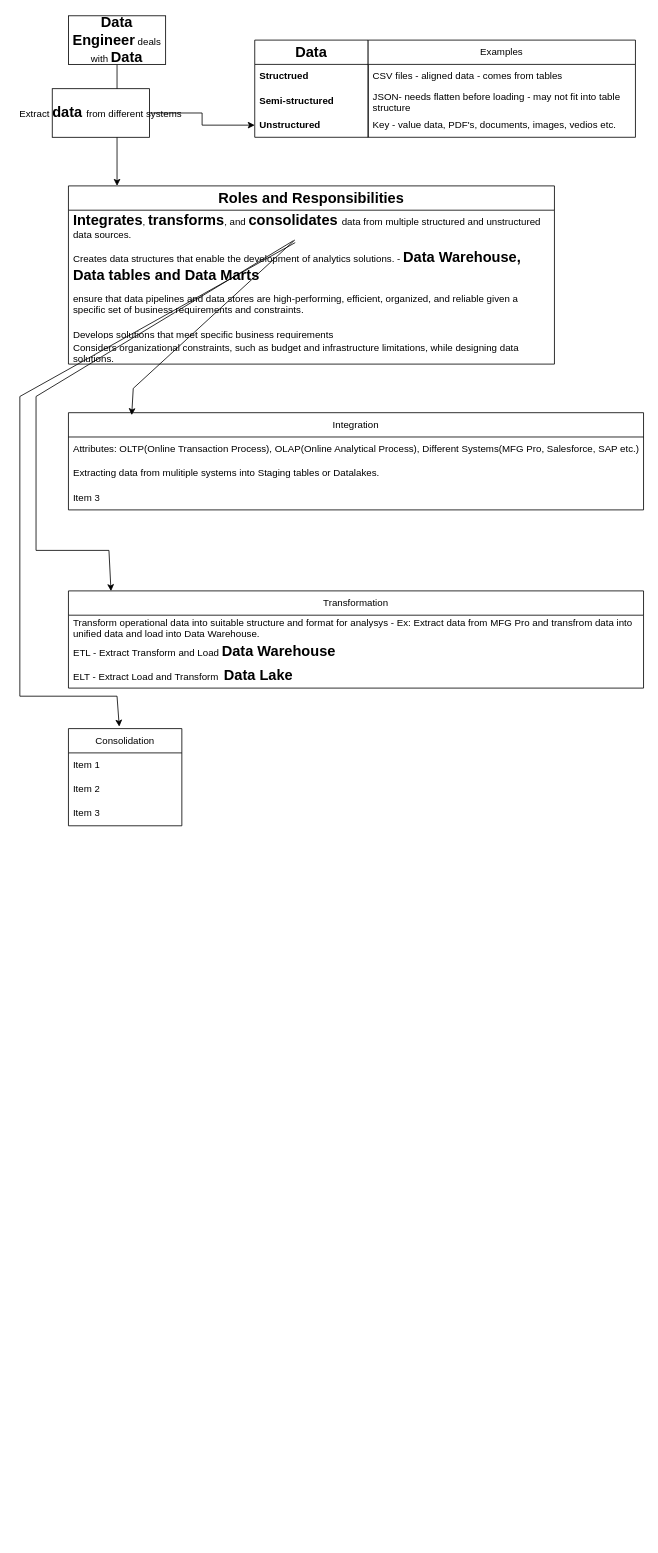
This is DP203Material.drawio from Sripolati/DP-203, a draw.io file, before an edit. Source tidied: cells renumbered, new cells numbered last; positions are measured from the earlier drawing's top-left corner, leaving out a move shared by most shapes. Both pictures are drawn from the tidied source at 81%, with x=0, y=0 at pixel (19, 15).
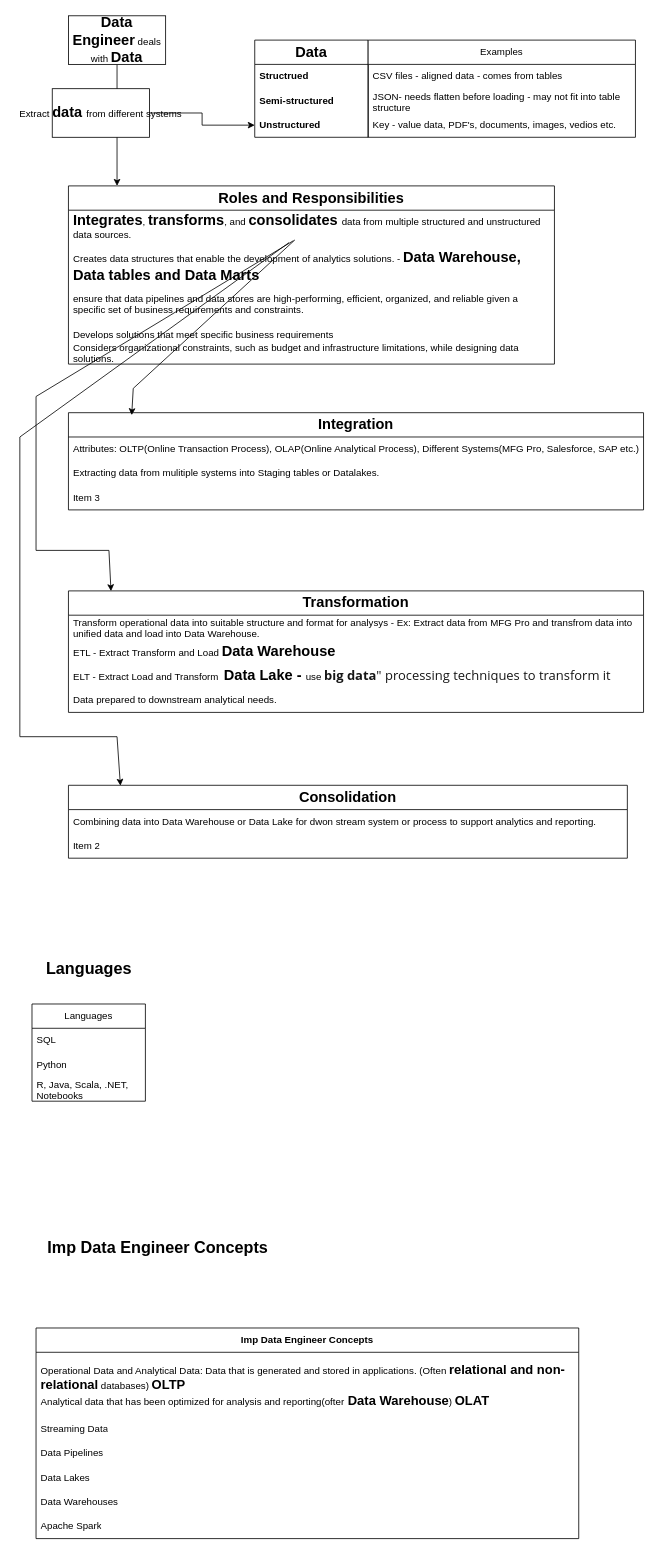
The same diagram, later.

Unchanged cells that the change refers to:
```xml
<mxCell id="5" value="&lt;b&gt;&lt;font style=&quot;font-size: 18px;&quot;&gt;Integrates&lt;/font&gt;&lt;/b&gt;, &lt;b&gt;&lt;font style=&quot;font-size: 18px;&quot;&gt;transforms&lt;/font&gt;&lt;/b&gt;, and &lt;b&gt;&lt;font style=&quot;font-size: 18px;&quot;&gt;consolidates &lt;/font&gt;&lt;/b&gt;data from multiple structured and unstructured data sources." style="text;strokeColor=none;fillColor=none;align=left;verticalAlign=middle;spacingLeft=4;spacingRight=4;overflow=hidden;points=[[0,0.5],[1,0.5]];portConstraint=eastwest;whiteSpace=wrap;html=1;" parent="4" vertex="1">
  <mxGeometry y="30" width="600" height="40" as="geometry" />
</mxCell>
```

Change to the diagram source:
```diff
@@
-    <mxCell id="20" value="Integration" style="swimlane;fontStyle=0;horizontal=1;startSize=30;whiteSpace=wrap;html=1;" parent="1" vertex="1">
+    <mxCell id="20" value="&lt;b&gt;&lt;font style=&quot;font-size: 18px;&quot;&gt;Integration&lt;/font&gt;&lt;/b&gt;" style="swimlane;fontStyle=0;horizontal=1;startSize=30;whiteSpace=wrap;html=1;" parent="1" vertex="1">
       <mxGeometry x="60" y="490" width="710" height="120" as="geometry" />
     </mxCell>
@@
-    <mxCell id="26" style="endArrow=classic;html=1;rounded=0;entryX=0.448;entryY=-0.02;entryDx=0;entryDy=0;entryPerimeter=0;" parent="1" edge="1" target="31">
+    <mxCell id="26" style="endArrow=classic;html=1;rounded=0;entryX=0.093;entryY=0.006;entryDx=0;entryDy=0;entryPerimeter=0;" parent="1" edge="1" source="5" target="31">
       <mxGeometry relative="1" as="geometry">
-        <mxPoint x="340" y="280" as="sourcePoint" />
         <Array as="points">
-          <mxPoint y="470" />
-          <mxPoint y="840" />
-          <mxPoint x="120" y="840" />
+          <mxPoint y="520" />
+          <mxPoint y="890" />
+          <mxPoint x="120" y="890" />
         </Array>
       </mxGeometry>
     </mxCell>
-    <mxCell id="27" value="Transformation" style="swimlane;fontStyle=0;horizontal=1;startSize=30;whiteSpace=wrap;html=1;" parent="1" vertex="1">
-      <mxGeometry x="60" y="710" width="710" height="120" as="geometry" />
+    <mxCell id="27" value="&lt;b&gt;&lt;font style=&quot;font-size: 18px;&quot;&gt;Transformation&lt;/font&gt;&lt;/b&gt;" style="swimlane;fontStyle=0;horizontal=1;startSize=30;whiteSpace=wrap;html=1;" parent="1" vertex="1">
+      <mxGeometry x="60" y="710" width="710" height="150" as="geometry" />
     </mxCell>
@@
-    <mxCell id="30" value="ELT - Extract Load and Transform&amp;nbsp; &lt;b&gt;&lt;font style=&quot;font-size: 18px;&quot;&gt;Data Lake&lt;/font&gt;&lt;/b&gt;" style="text;strokeColor=none;fillColor=none;align=left;verticalAlign=middle;spacingLeft=4;spacingRight=4;overflow=hidden;whiteSpace=wrap;html=1;" parent="27" vertex="1">
+    <mxCell id="30" value="ELT - Extract Load and Transform&amp;nbsp; &lt;font style=&quot;&quot;&gt;&lt;b style=&quot;font-size: 18px;&quot;&gt;Data Lake - &lt;/b&gt;&lt;font style=&quot;font-size: 12px;&quot;&gt;use&amp;nbsp;&lt;/font&gt;&lt;/font&gt;&lt;span style=&quot;color: rgb(22, 22, 22); font-family: &amp;quot;Segoe UI&amp;quot;, SegoeUI, &amp;quot;Helvetica Neue&amp;quot;, Helvetica, Arial, sans-serif; font-size: 16px; background-color: rgb(255, 255, 255);&quot;&gt;&lt;b&gt;big data&lt;/b&gt;&quot; processing techniques to transform it&lt;/span&gt;" style="text;strokeColor=none;fillColor=none;align=left;verticalAlign=middle;spacingLeft=4;spacingRight=4;overflow=hidden;whiteSpace=wrap;html=1;" parent="27" vertex="1">
       <mxGeometry y="90" width="710" height="30" as="geometry" />
     </mxCell>
+    <mxCell id="35" value="Data prepared to downstream analytical needs." style="text;strokeColor=none;fillColor=none;align=left;verticalAlign=middle;spacingLeft=4;spacingRight=4;overflow=hidden;whiteSpace=wrap;html=1;" parent="27" vertex="1">
+      <mxGeometry y="120" width="710" height="30" as="geometry" />
+    </mxCell>
-    <mxCell id="31" value="Consolidation" style="swimlane;fontStyle=0;horizontal=1;startSize=30;whiteSpace=wrap;html=1;" parent="1" vertex="1">
-      <mxGeometry x="60" y="880" width="140" height="120" as="geometry" />
+    <mxCell id="31" value="&lt;b&gt;&lt;font style=&quot;font-size: 18px;&quot;&gt;Consolidation&lt;/font&gt;&lt;/b&gt;" style="swimlane;fontStyle=0;horizontal=1;startSize=30;whiteSpace=wrap;html=1;" parent="1" vertex="1">
+      <mxGeometry x="60" y="950" width="690" height="90" as="geometry" />
     </mxCell>
-    <mxCell id="32" value="Item 1" style="text;strokeColor=none;fillColor=none;align=left;verticalAlign=middle;spacingLeft=4;spacingRight=4;overflow=hidden;whiteSpace=wrap;html=1;" parent="31" vertex="1">
-      <mxGeometry y="30" width="140" height="30" as="geometry" />
+    <mxCell id="32" value="Combining data into Data Warehouse or Data Lake for dwon stream system or process to support analytics and reporting." style="text;strokeColor=none;fillColor=none;align=left;verticalAlign=middle;spacingLeft=4;spacingRight=4;overflow=hidden;whiteSpace=wrap;html=1;" parent="31" vertex="1">
+      <mxGeometry y="30" width="690" height="30" as="geometry" />
     </mxCell>
     <mxCell id="33" value="Item 2" style="text;strokeColor=none;fillColor=none;align=left;verticalAlign=middle;spacingLeft=4;spacingRight=4;overflow=hidden;whiteSpace=wrap;html=1;" parent="31" vertex="1">
-      <mxGeometry y="60" width="140" height="30" as="geometry" />
+      <mxGeometry y="60" width="690" height="30" as="geometry" />
     </mxCell>
-    <mxCell id="34" value="Item 3" style="text;strokeColor=none;fillColor=none;align=left;verticalAlign=middle;spacingLeft=4;spacingRight=4;overflow=hidden;whiteSpace=wrap;html=1;" parent="31" vertex="1">
-      <mxGeometry y="90" width="140" height="30" as="geometry" />
-    </mxCell>
+    <mxCell id="36" value="&lt;b&gt;&lt;font style=&quot;font-size: 20px;&quot;&gt;Languages&lt;/font&gt;&lt;/b&gt;" style="text;html=1;align=center;verticalAlign=middle;strokeColor=none;fillColor=none;" parent="1" vertex="1">
+      <mxGeometry x="20" y="1155" width="130" height="40" as="geometry" />
+    </mxCell>
+    <mxCell id="37" value="Languages" style="swimlane;fontStyle=0;horizontal=1;startSize=30;whiteSpace=wrap;html=1;" parent="1" vertex="1">
+      <mxGeometry x="15" y="1220" width="140" height="120" as="geometry" />
+    </mxCell>
+    <mxCell id="38" value="SQL" style="text;strokeColor=none;fillColor=none;align=left;verticalAlign=middle;spacingLeft=4;spacingRight=4;overflow=hidden;whiteSpace=wrap;html=1;" parent="37" vertex="1">
+      <mxGeometry y="30" width="140" height="30" as="geometry" />
+    </mxCell>
+    <mxCell id="39" value="Python" style="text;strokeColor=none;fillColor=none;align=left;verticalAlign=middle;spacingLeft=4;spacingRight=4;overflow=hidden;whiteSpace=wrap;html=1;" parent="37" vertex="1">
+      <mxGeometry y="60" width="140" height="30" as="geometry" />
+    </mxCell>
+    <mxCell id="40" value="R, Java, Scala, .NET, Notebooks&amp;nbsp;" style="text;strokeColor=none;fillColor=none;align=left;verticalAlign=middle;spacingLeft=4;spacingRight=4;overflow=hidden;whiteSpace=wrap;html=1;" parent="37" vertex="1">
+      <mxGeometry y="90" width="140" height="30" as="geometry" />
+    </mxCell>
+    <mxCell id="41" value="&lt;b&gt;Imp Data Engineer Concepts&lt;/b&gt;" style="swimlane;fontStyle=0;horizontal=1;startSize=30;whiteSpace=wrap;html=1;" parent="1" vertex="1">
+      <mxGeometry x="20" y="1620" width="670" height="260" as="geometry" />
+    </mxCell>
+    <mxCell id="42" value="Operational Data and Analytical Data: Data that is generated and stored in applications. (Often &lt;b&gt;&lt;font style=&quot;font-size: 16px;&quot;&gt;relational and non-relational&lt;/font&gt;&lt;/b&gt; databases) &lt;b&gt;&lt;font style=&quot;font-size: 16px;&quot;&gt;OLTP&lt;/font&gt;&lt;/b&gt;&lt;br&gt;Analytical data that has been optimized for analysis and reporting(ofter&lt;b&gt;&lt;font style=&quot;font-size: 16px;&quot;&gt; Data Warehouse&lt;/font&gt;&lt;/b&gt;) &lt;b&gt;&lt;font style=&quot;font-size: 16px;&quot;&gt;OLAT&lt;/font&gt;&lt;/b&gt;" style="text;strokeColor=none;fillColor=none;align=left;verticalAlign=middle;spacingLeft=4;spacingRight=4;overflow=hidden;whiteSpace=wrap;html=1;" parent="41" vertex="1">
+      <mxGeometry y="30" width="670" height="80" as="geometry" />
+    </mxCell>
+    <mxCell id="43" value="Streaming Data" style="text;strokeColor=none;fillColor=none;align=left;verticalAlign=middle;spacingLeft=4;spacingRight=4;overflow=hidden;whiteSpace=wrap;html=1;" parent="41" vertex="1">
+      <mxGeometry y="110" width="670" height="30" as="geometry" />
+    </mxCell>
+    <mxCell id="44" value="Data Pipelines" style="text;strokeColor=none;fillColor=none;align=left;verticalAlign=middle;spacingLeft=4;spacingRight=4;overflow=hidden;whiteSpace=wrap;html=1;" parent="41" vertex="1">
+      <mxGeometry y="140" width="670" height="30" as="geometry" />
+    </mxCell>
+    <mxCell id="45" value="Data Lakes" style="text;strokeColor=none;fillColor=none;align=left;verticalAlign=middle;spacingLeft=4;spacingRight=4;overflow=hidden;whiteSpace=wrap;html=1;" parent="41" vertex="1">
+      <mxGeometry y="170" width="670" height="30" as="geometry" />
+    </mxCell>
+    <mxCell id="46" value="Data Warehouses" style="text;strokeColor=none;fillColor=none;align=left;verticalAlign=middle;spacingLeft=4;spacingRight=4;overflow=hidden;whiteSpace=wrap;html=1;" parent="41" vertex="1">
+      <mxGeometry y="200" width="670" height="30" as="geometry" />
+    </mxCell>
+    <mxCell id="47" value="Apache Spark" style="text;strokeColor=none;fillColor=none;align=left;verticalAlign=middle;spacingLeft=4;spacingRight=4;overflow=hidden;whiteSpace=wrap;html=1;" parent="41" vertex="1">
+      <mxGeometry y="230" width="670" height="30" as="geometry" />
+    </mxCell>
+    <mxCell id="48" value="&lt;b&gt;&lt;font style=&quot;font-size: 20px;&quot;&gt;Imp Data Engineer Concepts&lt;/font&gt;&lt;/b&gt;" style="text;html=1;align=center;verticalAlign=middle;strokeColor=none;fillColor=none;" parent="1" vertex="1">
+      <mxGeometry x="20" y="1500" width="300" height="40" as="geometry" />
+    </mxCell>
```
